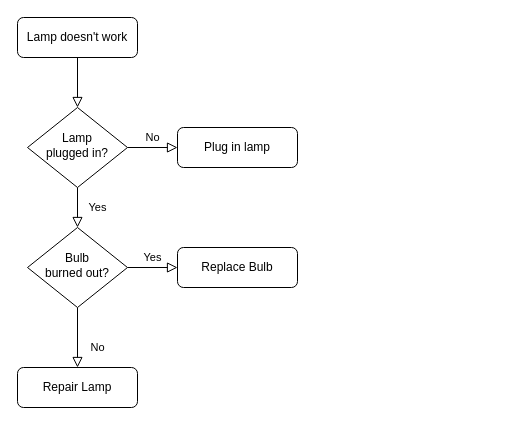
This is Untitled Diagram.drawio from TechWiz-3/Network-Diagrams, a draw.io file, before an edit. Source tidied: cells renumbered, new cells numbered last; positions are measured from the earlier drawing's top-left corner, leaving out a move shared by most shapes. Both pictures are drawn from the tidied source at 100%, with x=0, y=0 at pixel (17, 17).
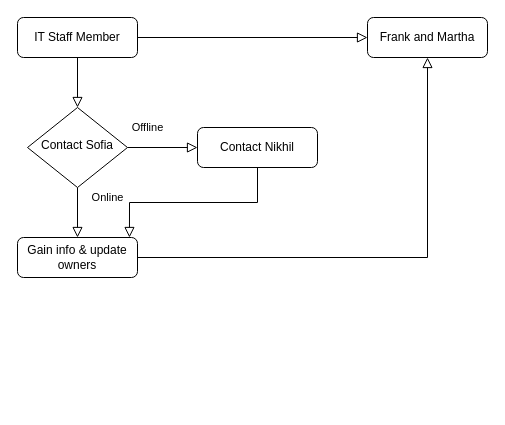
After the change.

The edit, as a diff of the source:
```diff
@@
 <mxGraphModel>
   <root>
     <mxCell id="0" />
     <mxCell id="1" parent="0" />
     <mxCell id="2" style="rounded=0;html=1;jettySize=auto;fontSize=11;endArrow=block;endFill=0;endSize=8;strokeWidth=1;shadow=0;labelBackgroundColor=none;edgeStyle=orthogonalEdgeStyle;" parent="1" edge="1" source="3" target="6">
       <mxGeometry relative="1" as="geometry" />
     </mxCell>
-    <mxCell id="3" value="Lamp doesn't work" style="rounded=1;whiteSpace=wrap;html=1;fontSize=12;glass=0;strokeWidth=1;shadow=0;" parent="1" vertex="1">
+    <mxCell id="3" value="IT Staff Member" style="rounded=1;whiteSpace=wrap;html=1;fontSize=12;glass=0;strokeWidth=1;shadow=0;" parent="1" vertex="1">
       <mxGeometry width="120" height="40" as="geometry" />
     </mxCell>
-    <mxCell id="4" value="Yes" style="rounded=0;html=1;jettySize=auto;fontSize=11;endArrow=block;endFill=0;endSize=8;strokeWidth=1;shadow=0;labelBackgroundColor=none;edgeStyle=orthogonalEdgeStyle;" parent="1" edge="1" source="6" target="10">
-      <mxGeometry y="20" relative="1" as="geometry" />
+    <mxCell id="4" value="&lt;div&gt;Online&lt;/div&gt;" style="rounded=0;html=1;jettySize=auto;fontSize=11;endArrow=block;endFill=0;endSize=8;strokeWidth=1;shadow=0;labelBackgroundColor=none;edgeStyle=orthogonalEdgeStyle;entryX=0.5;entryY=0;entryDx=0;entryDy=0;" parent="1" edge="1" source="6" target="16">
+      <mxGeometry x="-0.6" y="30" relative="1" as="geometry" />
     </mxCell>
-    <mxCell id="5" value="No" style="edgeStyle=orthogonalEdgeStyle;rounded=0;html=1;jettySize=auto;fontSize=11;endArrow=block;endFill=0;endSize=8;strokeWidth=1;shadow=0;labelBackgroundColor=none;" parent="1" edge="1" source="6" target="7">
-      <mxGeometry y="10" relative="1" as="geometry" />
+    <mxCell id="5" value="&lt;div&gt;Offline&lt;/div&gt;" style="edgeStyle=orthogonalEdgeStyle;rounded=0;html=1;jettySize=auto;fontSize=11;endArrow=block;endFill=0;endSize=8;strokeWidth=1;shadow=0;labelBackgroundColor=none;" parent="1" edge="1" source="6" target="7">
+      <mxGeometry x="-0.43" y="20" relative="1" as="geometry" />
     </mxCell>
-    <mxCell id="6" value="Lamp&lt;br&gt;plugged in?" style="rhombus;whiteSpace=wrap;html=1;shadow=0;fontFamily=Helvetica;fontSize=12;align=center;strokeWidth=1;spacing=6;spacingTop=-4;" parent="1" vertex="1">
+    <mxCell id="6" value="Contact Sofia" style="rhombus;whiteSpace=wrap;html=1;shadow=0;fontFamily=Helvetica;fontSize=12;align=center;strokeWidth=1;spacing=6;spacingTop=-4;" parent="1" vertex="1">
       <mxGeometry x="10" y="90" width="100" height="80" as="geometry" />
     </mxCell>
-    <mxCell id="7" value="Plug in lamp" style="rounded=1;whiteSpace=wrap;html=1;fontSize=12;glass=0;strokeWidth=1;shadow=0;" parent="1" vertex="1">
-      <mxGeometry x="160" y="110" width="120" height="40" as="geometry" />
+    <mxCell id="7" value="Contact Nikhil" style="rounded=1;whiteSpace=wrap;html=1;fontSize=12;glass=0;strokeWidth=1;shadow=0;" parent="1" vertex="1">
+      <mxGeometry x="180" y="110" width="120" height="40" as="geometry" />
     </mxCell>
-    <mxCell id="8" value="No" style="rounded=0;html=1;jettySize=auto;fontSize=11;endArrow=block;endFill=0;endSize=8;strokeWidth=1;shadow=0;labelBackgroundColor=none;edgeStyle=orthogonalEdgeStyle;" parent="1" edge="1" source="10" target="11">
-      <mxGeometry x="0.33" y="20" relative="1" as="geometry" />
-    </mxCell>
-    <mxCell id="9" value="Yes" style="edgeStyle=orthogonalEdgeStyle;rounded=0;html=1;jettySize=auto;fontSize=11;endArrow=block;endFill=0;endSize=8;strokeWidth=1;shadow=0;labelBackgroundColor=none;" parent="1" edge="1" source="10" target="12">
-      <mxGeometry y="10" relative="1" as="geometry" />
-    </mxCell>
-    <mxCell id="10" value="Bulb&lt;br&gt;burned out?" style="rhombus;whiteSpace=wrap;html=1;shadow=0;fontFamily=Helvetica;fontSize=12;align=center;strokeWidth=1;spacing=6;spacingTop=-4;" parent="1" vertex="1">
-      <mxGeometry x="10" y="210" width="100" height="80" as="geometry" />
-    </mxCell>
-    <mxCell id="11" value="Repair Lamp" style="rounded=1;whiteSpace=wrap;html=1;fontSize=12;glass=0;strokeWidth=1;shadow=0;" parent="1" vertex="1">
-      <mxGeometry y="350" width="120" height="40" as="geometry" />
-    </mxCell>
-    <mxCell id="12" value="Replace Bulb" style="rounded=1;whiteSpace=wrap;html=1;fontSize=12;glass=0;strokeWidth=1;shadow=0;" parent="1" vertex="1">
-      <mxGeometry x="160" y="230" width="120" height="40" as="geometry" />
-    </mxCell>
+    <mxCell id="13" value="Frank and Martha" style="rounded=1;whiteSpace=wrap;html=1;fontSize=12;glass=0;strokeWidth=1;shadow=0;" parent="1" vertex="1">
+      <mxGeometry x="350" width="120" height="40" as="geometry" />
+    </mxCell>
+    <mxCell id="14" style="rounded=0;html=1;jettySize=auto;fontSize=11;endArrow=block;endFill=0;endSize=8;strokeWidth=1;shadow=0;labelBackgroundColor=none;edgeStyle=orthogonalEdgeStyle;exitX=1;exitY=0.5;exitDx=0;exitDy=0;entryX=0;entryY=0.5;entryDx=0;entryDy=0;" parent="1" edge="1" source="3" target="13">
+      <mxGeometry relative="1" as="geometry" />
+    </mxCell>
+    <mxCell id="15" style="rounded=0;html=1;jettySize=auto;fontSize=11;endArrow=block;endFill=0;endSize=8;strokeWidth=1;shadow=0;labelBackgroundColor=none;edgeStyle=orthogonalEdgeStyle;entryX=0.5;entryY=1;entryDx=0;entryDy=0;exitX=1;exitY=0.5;exitDx=0;exitDy=0;" parent="1" edge="1" source="16" target="13">
+      <mxGeometry relative="1" as="geometry" />
+    </mxCell>
+    <mxCell id="16" value="Gain info &amp;amp; update owners" style="rounded=1;whiteSpace=wrap;html=1;fontSize=12;glass=0;strokeWidth=1;shadow=0;" parent="1" vertex="1">
+      <mxGeometry y="220" width="120" height="40" as="geometry" />
+    </mxCell>
+    <mxCell id="17" value="&lt;div&gt;&lt;br&gt;&lt;/div&gt;" style="rounded=0;html=1;jettySize=auto;fontSize=11;endArrow=block;endFill=0;endSize=8;strokeWidth=1;shadow=0;labelBackgroundColor=none;edgeStyle=orthogonalEdgeStyle;entryX=0.933;entryY=0;entryDx=0;entryDy=0;exitX=0.5;exitY=1;exitDx=0;exitDy=0;entryPerimeter=0;" parent="1" edge="1" source="7" target="16">
+      <mxGeometry y="20" relative="1" as="geometry" />
+    </mxCell>
   </root>
 </mxGraphModel>
```
